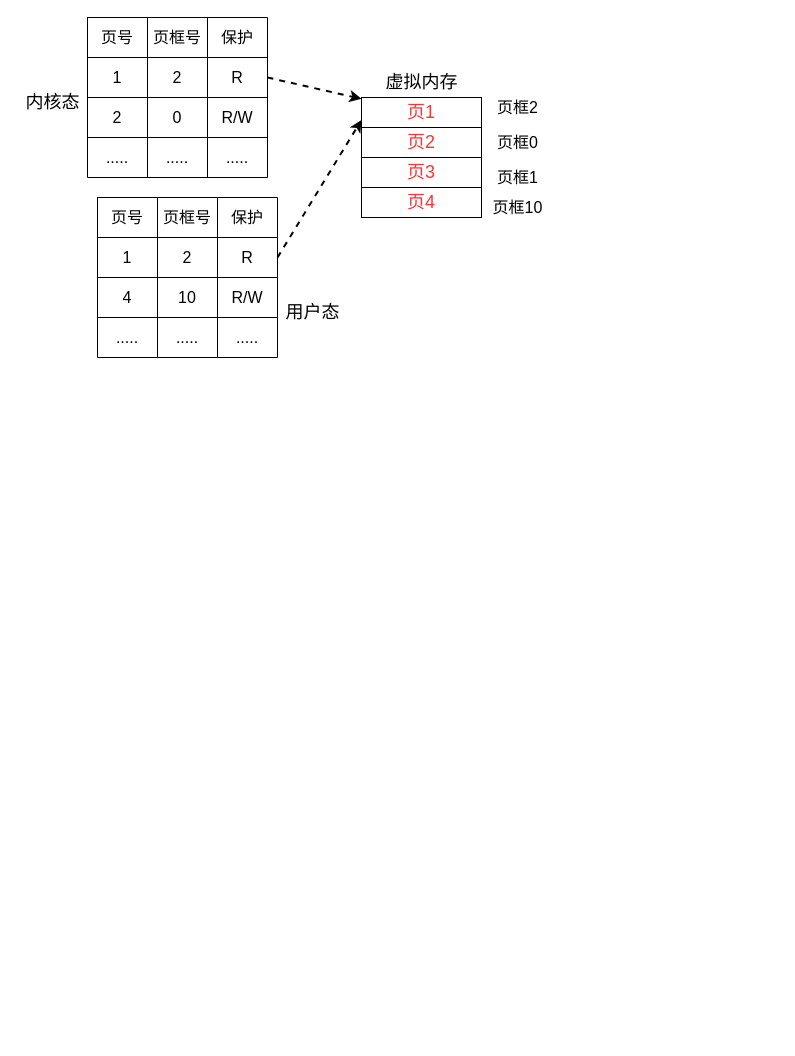
Earlier version of the draw.io diagram page "内核态和用户态的共享" (4 of 5) of os/IO.drawio (Xrtero/illustrations). Source tidied: cells renumbered, new cells numbered last; positions are measured from the earlier drawing's top-left corner, leaving out a move shared by most shapes. Both pictures are drawn from the tidied source at 100%, with x=0, y=0 at pixel (17, 17).
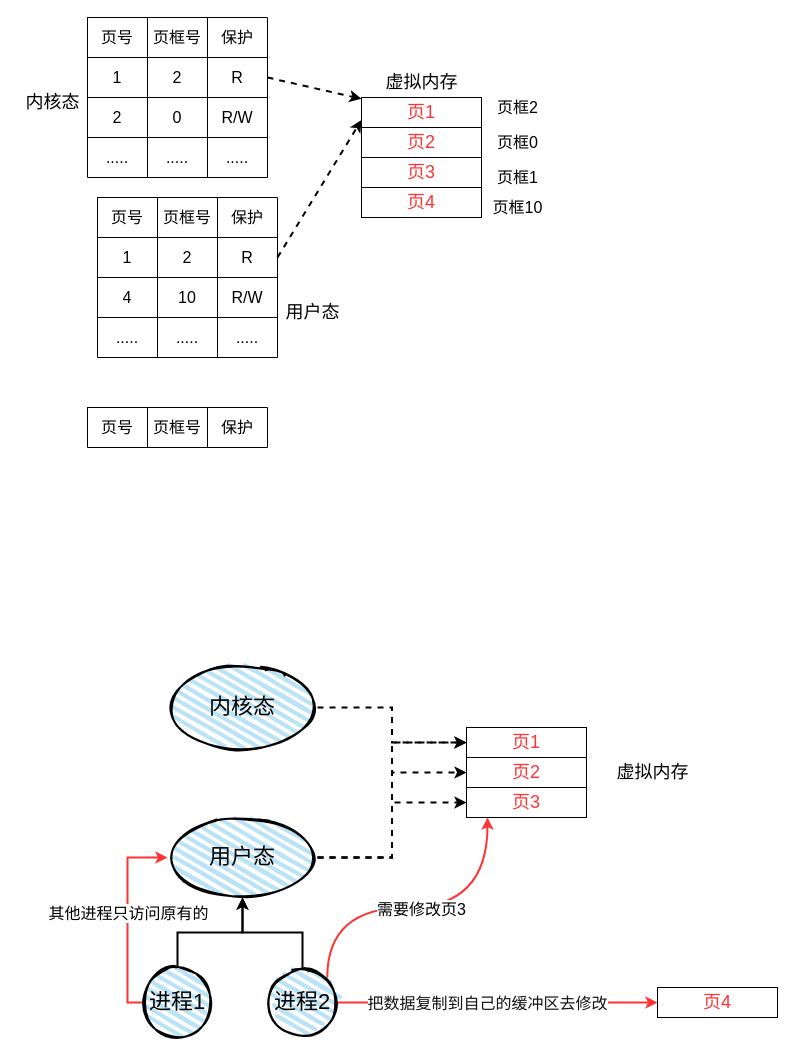
The same page after the edit.

Diff of the diagram source:
```diff
@@
+    <mxCell id="49" style="shape=table;startSize=0;childLayout=tableLayout;fontSize=16;fontColor=#000000;fillColor=default;" parent="1" vertex="1">
+      <mxGeometry x="70" y="390" width="180" height="40" as="geometry" />
+    </mxCell>
+    <mxCell id="50" style="shape=tableRow;horizontal=0;startSize=0;swimlaneHead=0;swimlaneBody=0;top=0;left=0;bottom=0;right=0;fillColor=none;fontSize=16;fontColor=#000000;" parent="49" vertex="1">
+      <mxGeometry width="180" height="40" as="geometry" />
+    </mxCell>
+    <mxCell id="51" value="页号" style="shape=partialRectangle;html=1;whiteSpace=wrap;overflow=hidden;fillColor=none;top=0;left=0;bottom=0;right=0;fontSize=16;fontColor=#000000;" parent="50" vertex="1">
+      <mxGeometry width="60" height="40" as="geometry" />
+    </mxCell>
+    <mxCell id="52" value="页框号" style="shape=partialRectangle;html=1;whiteSpace=wrap;overflow=hidden;fillColor=none;top=0;left=0;bottom=0;right=0;fontSize=16;fontColor=#000000;" parent="50" vertex="1">
+      <mxGeometry x="60" width="60" height="40" as="geometry" />
+    </mxCell>
+    <mxCell id="53" value="保护" style="shape=partialRectangle;html=1;whiteSpace=wrap;overflow=hidden;fillColor=none;top=0;left=0;bottom=0;right=0;fontSize=16;fontColor=#000000;" parent="50" vertex="1">
+      <mxGeometry x="120" width="60" height="40" as="geometry" />
+    </mxCell>
+    <mxCell id="54" style="edgeStyle=orthogonalEdgeStyle;rounded=0;jettySize=auto;html=1;dashed=1;fontSize=16;fontColor=#000000;startArrow=none;startFill=0;strokeWidth=2;elbow=vertical;" parent="1" edge="1" source="55" target="60">
+      <mxGeometry relative="1" as="geometry" />
+    </mxCell>
+    <mxCell id="55" value="内核态" style="ellipse;rounded=1;whiteSpace=wrap;html=1;strokeWidth=2;fillWeight=4;hachureGap=8;hachureAngle=60;fillColor=#1ba1e2;sketch=1;dashed=0;fontFamily=Helvetica;fontSize=22;fontColor=default;imageAspect=1;strokeOpacity=100;fillOpacity=30;" parent="1" vertex="1">
+      <mxGeometry x="150" y="650" width="150" height="80" as="geometry" />
+    </mxCell>
+    <mxCell id="56" style="edgeStyle=orthogonalEdgeStyle;rounded=0;jettySize=auto;html=1;entryX=0;entryY=0.5;entryDx=0;entryDy=0;dashed=1;fontSize=16;fontColor=#000000;startArrow=none;startFill=0;strokeWidth=2;elbow=vertical;" parent="1" edge="1" source="59" target="60">
+      <mxGeometry relative="1" as="geometry" />
+    </mxCell>
+    <mxCell id="57" style="edgeStyle=orthogonalEdgeStyle;rounded=0;jettySize=auto;html=1;entryX=0;entryY=0.5;entryDx=0;entryDy=0;dashed=1;fontSize=16;fontColor=#000000;startArrow=none;startFill=0;strokeWidth=2;elbow=vertical;" parent="1" edge="1" source="59" target="61">
+      <mxGeometry relative="1" as="geometry" />
+    </mxCell>
+    <mxCell id="58" style="edgeStyle=orthogonalEdgeStyle;rounded=0;jettySize=auto;html=1;entryX=0;entryY=0.5;entryDx=0;entryDy=0;dashed=1;fontSize=16;fontColor=#000000;startArrow=none;startFill=0;strokeWidth=2;elbow=vertical;" parent="1" edge="1" source="59" target="62">
+      <mxGeometry relative="1" as="geometry" />
+    </mxCell>
+    <mxCell id="59" value="用户态" style="ellipse;rounded=1;whiteSpace=wrap;html=1;strokeWidth=2;fillWeight=4;hachureGap=8;hachureAngle=60;fillColor=#1ba1e2;sketch=1;dashed=0;fontFamily=Helvetica;fontSize=22;fontColor=default;imageAspect=1;strokeOpacity=100;fillOpacity=30;" parent="1" vertex="1">
+      <mxGeometry x="150" y="800" width="150" height="80" as="geometry" />
+    </mxCell>
+    <mxCell id="60" value="页1" style="rounded=0;whiteSpace=wrap;html=1;fontSize=18;fontColor=#FF3333;fillColor=default;" parent="1" vertex="1">
+      <mxGeometry x="449" y="710" width="120" height="30" as="geometry" />
+    </mxCell>
+    <mxCell id="61" value="&lt;span&gt;页2&lt;/span&gt;" style="rounded=0;whiteSpace=wrap;html=1;fontSize=18;fontColor=#FF3333;fillColor=default;" parent="1" vertex="1">
+      <mxGeometry x="449" y="740" width="120" height="30" as="geometry" />
+    </mxCell>
+    <mxCell id="62" value="&lt;span&gt;页3&lt;/span&gt;" style="rounded=0;whiteSpace=wrap;html=1;fontSize=18;fontColor=#FF3333;fillColor=default;" parent="1" vertex="1">
+      <mxGeometry x="449" y="770" width="120" height="30" as="geometry" />
+    </mxCell>
+    <mxCell id="63" value="&lt;span style=&quot;font-size: 18px&quot;&gt;虚拟内存&lt;/span&gt;" style="text;html=1;align=center;verticalAlign=middle;strokeColor=none;fillColor=none;fontSize=16;fontColor=#000000;" parent="1" vertex="1">
+      <mxGeometry x="590" y="740" width="90" height="30" as="geometry" />
+    </mxCell>
+    <mxCell id="64" style="edgeStyle=orthogonalEdgeStyle;rounded=0;jettySize=auto;html=1;entryX=0.5;entryY=1;entryDx=0;entryDy=0;fontSize=16;fontColor=#000000;startArrow=none;startFill=0;strokeColor=#000000;strokeWidth=2;elbow=vertical;" parent="1" edge="1" source="67" target="59">
+      <mxGeometry relative="1" as="geometry" />
+    </mxCell>
+    <mxCell id="65" style="edgeStyle=orthogonalEdgeStyle;rounded=0;jettySize=auto;html=1;entryX=0;entryY=0.5;entryDx=0;entryDy=0;fontSize=16;fontColor=#000000;startArrow=none;startFill=0;strokeColor=#FF3333;strokeWidth=2;elbow=vertical;" parent="1" edge="1" source="67" target="59">
+      <mxGeometry relative="1" as="geometry">
+        <Array as="points">
+          <mxPoint x="110" y="985" />
+          <mxPoint x="110" y="840" />
+        </Array>
+      </mxGeometry>
+    </mxCell>
+    <mxCell id="66" value="其他进程只访问原有的" style="edgeLabel;html=1;align=center;verticalAlign=top;fontSize=16;fontColor=#000000;" parent="65" vertex="1">
+      <mxGeometry x="0.11" y="-2" relative="1" as="geometry">
+        <mxPoint x="-2" y="-9" as="offset" />
+      </mxGeometry>
+    </mxCell>
+    <mxCell id="67" value="进程1" style="ellipse;rounded=1;whiteSpace=wrap;html=1;strokeWidth=2;fillWeight=4;hachureGap=8;hachureAngle=60;fillColor=#1ba1e2;sketch=1;dashed=0;fontFamily=Helvetica;fontSize=22;fontColor=default;imageAspect=1;strokeOpacity=100;fillOpacity=30;" parent="1" vertex="1">
+      <mxGeometry x="125" y="950" width="70" height="70" as="geometry" />
+    </mxCell>
+    <mxCell id="68" style="edgeStyle=orthogonalEdgeStyle;rounded=0;jettySize=auto;html=1;entryX=0.5;entryY=1;entryDx=0;entryDy=0;fontSize=16;fontColor=#000000;startArrow=none;startFill=0;strokeColor=#000000;strokeWidth=2;elbow=vertical;" parent="1" edge="1" source="73" target="59">
+      <mxGeometry relative="1" as="geometry" />
+    </mxCell>
+    <mxCell id="69" style="edgeStyle=orthogonalEdgeStyle;rounded=0;jettySize=auto;html=1;exitX=1;exitY=0;exitDx=0;exitDy=0;fontSize=16;fontColor=#000000;startArrow=none;startFill=0;strokeColor=#FF3333;strokeWidth=2;elbow=vertical;curved=1;" parent="1" edge="1" source="73" target="62">
+      <mxGeometry relative="1" as="geometry">
+        <Array as="points">
+          <mxPoint x="310" y="890" />
+          <mxPoint x="470" y="890" />
+        </Array>
+      </mxGeometry>
+    </mxCell>
+    <mxCell id="70" value="需要修改页3" style="edgeLabel;html=1;align=center;verticalAlign=middle;fontSize=16;fontColor=#000000;" parent="69" vertex="1">
+      <mxGeometry x="0.03" y="-1" relative="1" as="geometry">
+        <mxPoint x="-1" as="offset" />
+      </mxGeometry>
+    </mxCell>
+    <mxCell id="71" style="edgeStyle=orthogonalEdgeStyle;curved=1;rounded=0;jettySize=auto;html=1;entryX=0;entryY=0.5;entryDx=0;entryDy=0;fontSize=16;fontColor=#000000;startArrow=none;startFill=0;strokeColor=#FF3333;strokeWidth=2;elbow=vertical;" parent="1" edge="1" source="73" target="74">
+      <mxGeometry relative="1" as="geometry" />
+    </mxCell>
+    <mxCell id="72" value="&lt;span style=&quot;color: rgb(18 , 18 , 18) ; font-family: , &amp;#34;blinkmacsystemfont&amp;#34; , &amp;#34;helvetica neue&amp;#34; , &amp;#34;pingfang sc&amp;#34; , &amp;#34;microsoft yahei&amp;#34; , &amp;#34;source han sans sc&amp;#34; , &amp;#34;noto sans cjk sc&amp;#34; , &amp;#34;wenquanyi micro hei&amp;#34; , sans-serif ; font-size: medium&quot;&gt;把数据复制到自己的缓冲区去修改&lt;/span&gt;" style="edgeLabel;html=1;align=center;verticalAlign=middle;fontSize=16;fontColor=#000000;" parent="71" vertex="1">
+      <mxGeometry x="-0.13" y="-2" relative="1" as="geometry">
+        <mxPoint x="10" y="-2" as="offset" />
+      </mxGeometry>
+    </mxCell>
+    <mxCell id="73" value="进程2" style="ellipse;rounded=1;whiteSpace=wrap;html=1;strokeWidth=2;fillWeight=4;hachureGap=8;hachureAngle=60;fillColor=#1ba1e2;sketch=1;dashed=0;fontFamily=Helvetica;fontSize=22;fontColor=default;imageAspect=1;strokeOpacity=100;fillOpacity=30;" parent="1" vertex="1">
+      <mxGeometry x="250" y="950" width="70" height="70" as="geometry" />
+    </mxCell>
+    <mxCell id="74" value="&lt;span&gt;页4&lt;/span&gt;" style="rounded=0;whiteSpace=wrap;html=1;fontSize=18;fontColor=#FF3333;fillColor=default;" parent="1" vertex="1">
+      <mxGeometry x="640" y="970" width="120" height="30" as="geometry" />
+    </mxCell>
```
